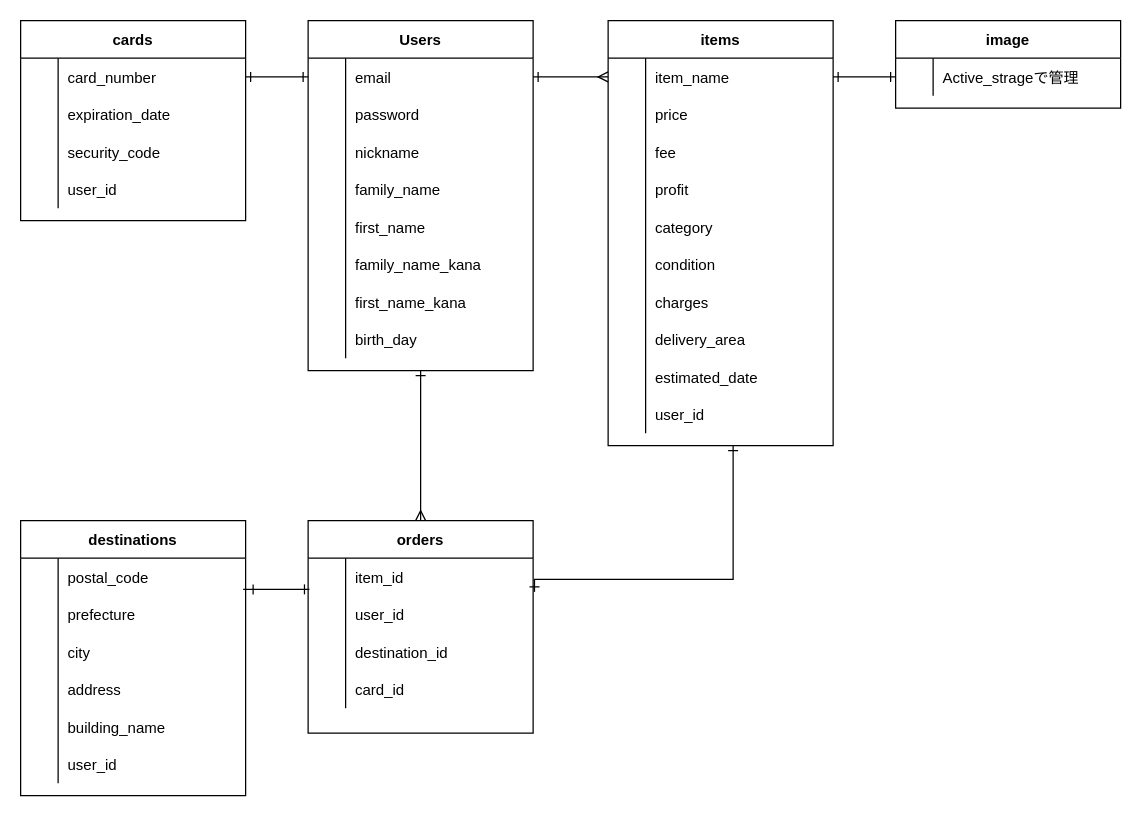
The draw.io diagram ER.dio in Hiromu-Sakamoto/furima-34500, before the edit. Source tidied: cells renumbered, new cells numbered last; positions are measured from the earlier drawing's top-left corner, leaving out a move shared by most shapes. Both pictures are drawn from the tidied source at 125%, with x=0, y=0 at pixel (20, 20).
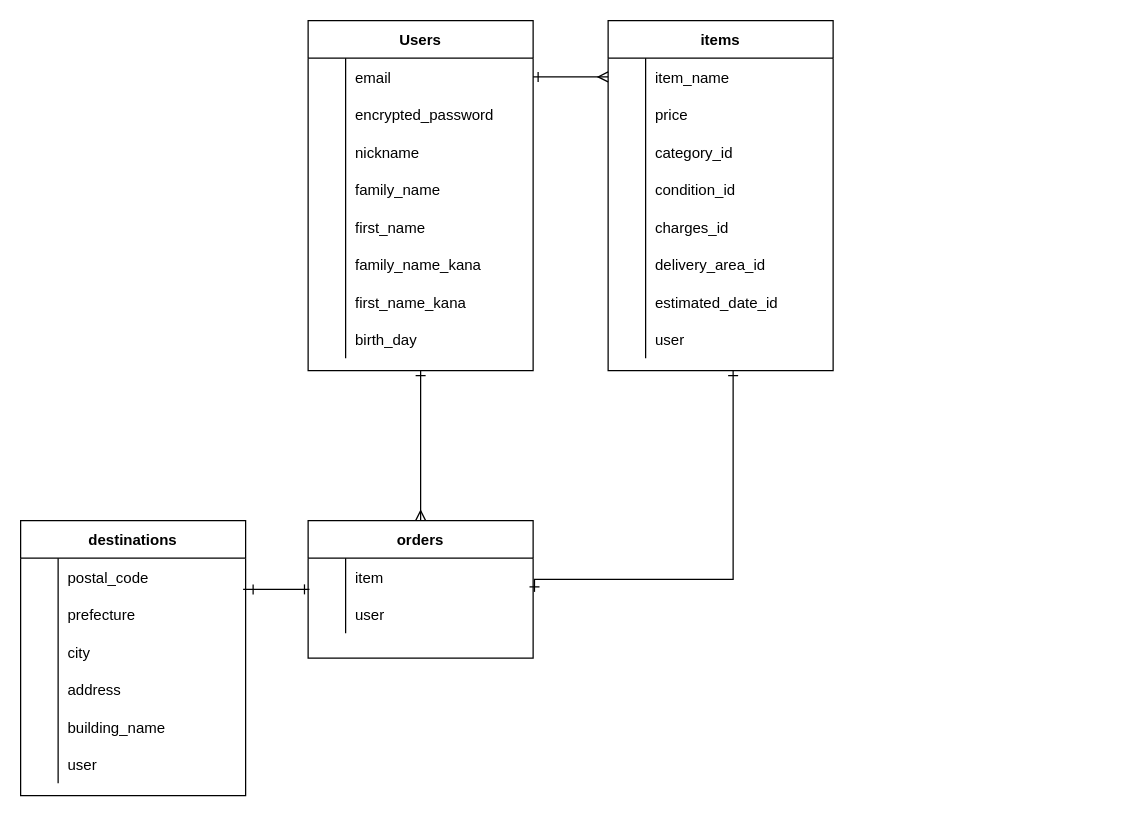
Above is the later version.

Commit message (it also covers changes not shown here):
データベース設計_修正2回目

Unchanged cells that the change refers to:
```xml
<mxCell id="4" style="shape=partialRectangle;fillColor=none;top=0;left=0;bottom=0;right=0;points=[[0,0.5],[1,0.5]];portConstraint=eastwest;" parent="3" vertex="1">
  <mxGeometry y="30" width="180" height="30" as="geometry" />
</mxCell>
<mxCell id="7" style="shape=partialRectangle;fillColor=none;top=0;left=0;bottom=0;right=0;" parent="3" vertex="1">
  <mxGeometry y="60" width="180" height="30" as="geometry" />
</mxCell>
<mxCell id="29" style="shape=partialRectangle;fillColor=none;top=0;left=0;bottom=0;right=0;points=[[0,0.5],[1,0.5]];portConstraint=eastwest;" parent="28" vertex="1">
  <mxGeometry y="30" width="180" height="30" as="geometry" />
</mxCell>
<mxCell id="65" style="shape=partialRectangle;fillColor=none;top=0;left=0;bottom=0;right=0;points=[[0,0.5],[1,0.5]];portConstraint=eastwest;" parent="64" vertex="1">
  <mxGeometry y="30" width="180" height="30" as="geometry" />
</mxCell>
<mxCell id="68" style="shape=partialRectangle;fillColor=none;top=0;left=0;bottom=0;right=0;" parent="64" vertex="1">
  <mxGeometry y="60" width="180" height="30" as="geometry" />
</mxCell>
<mxCell id="93" style="shape=partialRectangle;fillColor=none;top=0;left=0;bottom=0;right=0;" parent="77" vertex="1">
  <mxGeometry y="180" width="180" height="30" as="geometry" />
</mxCell>
```

What changed in the source:
```diff
@@
-    <mxCell id="9" value="password" style="shape=partialRectangle;fillColor=none;top=0;left=0;bottom=0;right=0;align=left;spacingLeft=6;overflow=hidden;" parent="7" vertex="1">
+    <mxCell id="9" value="encrypted_password" style="shape=partialRectangle;fillColor=none;top=0;left=0;bottom=0;right=0;align=left;spacingLeft=6;overflow=hidden;" parent="7" vertex="1">
       <mxGeometry x="30" width="150" height="30" as="geometry" />
     </mxCell>
@@
     <mxCell id="28" value="items" style="shape=table;startSize=30;childLayout=tableLayout;rowLines=0;fontStyle=1;align=center;" parent="1" vertex="1">
-      <mxGeometry x="470" width="180" height="340" as="geometry" />
+      <mxGeometry x="470" width="180" height="280" as="geometry" />
     </mxCell>
@@
-    <mxCell id="35" style="shape=partialRectangle;fillColor=none;top=0;left=0;bottom=0;right=0;" parent="28" vertex="1">
-      <mxGeometry y="90" width="180" height="30" as="geometry" />
-    </mxCell>
-    <mxCell id="36" style="shape=partialRectangle;fillColor=none;top=0;left=0;bottom=0;right=0;overflow=hidden;" parent="35" vertex="1">
-      <mxGeometry width="30" height="30" as="geometry" />
-    </mxCell>
-    <mxCell id="37" value="fee" style="shape=partialRectangle;fillColor=none;top=0;left=0;bottom=0;right=0;align=left;spacingLeft=6;overflow=hidden;" parent="35" vertex="1">
-      <mxGeometry x="30" width="150" height="30" as="geometry" />
-    </mxCell>
-    <mxCell id="38" style="shape=partialRectangle;fillColor=none;top=0;left=0;bottom=0;right=0;" parent="28" vertex="1">
-      <mxGeometry y="120" width="180" height="30" as="geometry" />
-    </mxCell>
-    <mxCell id="39" style="shape=partialRectangle;fillColor=none;top=0;left=0;bottom=0;right=0;overflow=hidden;" parent="38" vertex="1">
-      <mxGeometry width="30" height="30" as="geometry" />
-    </mxCell>
-    <mxCell id="40" value="profit" style="shape=partialRectangle;fillColor=none;top=0;left=0;bottom=0;right=0;align=left;spacingLeft=6;overflow=hidden;" parent="38" vertex="1">
-      <mxGeometry x="30" width="150" height="30" as="geometry" />
-    </mxCell>
     <mxCell id="41" style="shape=partialRectangle;fillColor=none;top=0;left=0;bottom=0;right=0;" parent="28" vertex="1">
-      <mxGeometry y="150" width="180" height="30" as="geometry" />
+      <mxGeometry y="90" width="180" height="30" as="geometry" />
     </mxCell>
@@
-    <mxCell id="43" value="category" style="shape=partialRectangle;fillColor=none;top=0;left=0;bottom=0;right=0;align=left;spacingLeft=6;overflow=hidden;" parent="41" vertex="1">
+    <mxCell id="43" value="category_id" style="shape=partialRectangle;fillColor=none;top=0;left=0;bottom=0;right=0;align=left;spacingLeft=6;overflow=hidden;" parent="41" vertex="1">
       <mxGeometry x="30" width="150" height="30" as="geometry" />
     </mxCell>
     <mxCell id="44" style="shape=partialRectangle;fillColor=none;top=0;left=0;bottom=0;right=0;" parent="28" vertex="1">
-      <mxGeometry y="180" width="180" height="30" as="geometry" />
+      <mxGeometry y="120" width="180" height="30" as="geometry" />
     </mxCell>
@@
-    <mxCell id="46" value="condition" style="shape=partialRectangle;fillColor=none;top=0;left=0;bottom=0;right=0;align=left;spacingLeft=6;overflow=hidden;" parent="44" vertex="1">
+    <mxCell id="46" value="condition_id" style="shape=partialRectangle;fillColor=none;top=0;left=0;bottom=0;right=0;align=left;spacingLeft=6;overflow=hidden;" parent="44" vertex="1">
       <mxGeometry x="30" width="150" height="30" as="geometry" />
     </mxCell>
     <mxCell id="47" style="shape=partialRectangle;fillColor=none;top=0;left=0;bottom=0;right=0;" parent="28" vertex="1">
-      <mxGeometry y="210" width="180" height="30" as="geometry" />
+      <mxGeometry y="150" width="180" height="30" as="geometry" />
     </mxCell>
@@
-    <mxCell id="49" value="charges" style="shape=partialRectangle;fillColor=none;top=0;left=0;bottom=0;right=0;align=left;spacingLeft=6;overflow=hidden;" parent="47" vertex="1">
+    <mxCell id="49" value="charges_id" style="shape=partialRectangle;fillColor=none;top=0;left=0;bottom=0;right=0;align=left;spacingLeft=6;overflow=hidden;" parent="47" vertex="1">
       <mxGeometry x="30" width="150" height="30" as="geometry" />
     </mxCell>
     <mxCell id="50" style="shape=partialRectangle;fillColor=none;top=0;left=0;bottom=0;right=0;" parent="28" vertex="1">
-      <mxGeometry y="240" width="180" height="30" as="geometry" />
+      <mxGeometry y="180" width="180" height="30" as="geometry" />
     </mxCell>
@@
-    <mxCell id="52" value="delivery_area" style="shape=partialRectangle;fillColor=none;top=0;left=0;bottom=0;right=0;align=left;spacingLeft=6;overflow=hidden;" parent="50" vertex="1">
+    <mxCell id="52" value="delivery_area_id" style="shape=partialRectangle;fillColor=none;top=0;left=0;bottom=0;right=0;align=left;spacingLeft=6;overflow=hidden;" parent="50" vertex="1">
       <mxGeometry x="30" width="150" height="30" as="geometry" />
     </mxCell>
     <mxCell id="53" style="shape=partialRectangle;fillColor=none;top=0;left=0;bottom=0;right=0;" parent="28" vertex="1">
-      <mxGeometry y="270" width="180" height="30" as="geometry" />
+      <mxGeometry y="210" width="180" height="30" as="geometry" />
     </mxCell>
@@
-    <mxCell id="55" value="estimated_date" style="shape=partialRectangle;fillColor=none;top=0;left=0;bottom=0;right=0;align=left;spacingLeft=6;overflow=hidden;" parent="53" vertex="1">
+    <mxCell id="55" value="estimated_date_id" style="shape=partialRectangle;fillColor=none;top=0;left=0;bottom=0;right=0;align=left;spacingLeft=6;overflow=hidden;" parent="53" vertex="1">
       <mxGeometry x="30" width="150" height="30" as="geometry" />
     </mxCell>
     <mxCell id="56" style="shape=partialRectangle;fillColor=none;top=0;left=0;bottom=0;right=0;" parent="28" vertex="1">
-      <mxGeometry y="300" width="180" height="30" as="geometry" />
+      <mxGeometry y="240" width="180" height="30" as="geometry" />
     </mxCell>
@@
-    <mxCell id="58" value="user_id" style="shape=partialRectangle;fillColor=none;top=0;left=0;bottom=0;right=0;align=left;spacingLeft=6;overflow=hidden;" parent="56" vertex="1">
+    <mxCell id="58" value="user" style="shape=partialRectangle;fillColor=none;top=0;left=0;bottom=0;right=0;align=left;spacingLeft=6;overflow=hidden;" parent="56" vertex="1">
       <mxGeometry x="30" width="150" height="30" as="geometry" />
     </mxCell>
-    <mxCell id="59" value="image" style="shape=table;startSize=30;childLayout=tableLayout;rowLines=0;fontStyle=1;align=center;" parent="1" vertex="1">
-      <mxGeometry x="700" width="180" height="70" as="geometry" />
-    </mxCell>
-    <mxCell id="60" style="shape=partialRectangle;fillColor=none;top=0;left=0;bottom=0;right=0;points=[[0,0.5],[1,0.5]];portConstraint=eastwest;" parent="59" vertex="1">
-      <mxGeometry y="30" width="180" height="30" as="geometry" />
-    </mxCell>
-    <mxCell id="61" style="shape=partialRectangle;fillColor=none;top=0;left=0;bottom=0;right=0;overflow=hidden;" parent="60" vertex="1">
-      <mxGeometry width="30" height="30" as="geometry" />
-    </mxCell>
-    <mxCell id="62" value="Active_strageで管理" style="shape=partialRectangle;fillColor=none;top=0;left=0;bottom=0;right=0;align=left;spacingLeft=6;overflow=hidden;" parent="60" vertex="1">
-      <mxGeometry x="30" width="150" height="30" as="geometry" />
-    </mxCell>
-    <mxCell id="63" style="edgeStyle=entityRelationEdgeStyle;fontSize=12;html=1;endArrow=ERone;startArrow=ERone;entryX=0;entryY=0.5;entryDx=0;entryDy=0;exitX=1;exitY=0.5;exitDx=0;exitDy=0;startFill=0;endFill=0;" parent="1" edge="1" source="29" target="60">
-      <mxGeometry relative="1" as="geometry" />
-    </mxCell>
     <mxCell id="64" value="orders" style="shape=table;startSize=30;childLayout=tableLayout;rowLines=0;fontStyle=1;align=center;" parent="1" vertex="1">
-      <mxGeometry x="230" y="400" width="180" height="170" as="geometry" />
+      <mxGeometry x="230" y="400" width="180" height="110" as="geometry" />
     </mxCell>
@@
-    <mxCell id="67" value="item_id" style="shape=partialRectangle;fillColor=none;top=0;left=0;bottom=0;right=0;align=left;spacingLeft=6;overflow=hidden;" parent="65" vertex="1">
+    <mxCell id="67" value="item" style="shape=partialRectangle;fillColor=none;top=0;left=0;bottom=0;right=0;align=left;spacingLeft=6;overflow=hidden;" parent="65" vertex="1">
       <mxGeometry x="30" width="150" height="30" as="geometry" />
     </mxCell>
@@
-    <mxCell id="70" value="user_id" style="shape=partialRectangle;fillColor=none;top=0;left=0;bottom=0;right=0;align=left;spacingLeft=6;overflow=hidden;" parent="68" vertex="1">
+    <mxCell id="70" value="user" style="shape=partialRectangle;fillColor=none;top=0;left=0;bottom=0;right=0;align=left;spacingLeft=6;overflow=hidden;" parent="68" vertex="1">
       <mxGeometry x="30" width="150" height="30" as="geometry" />
     </mxCell>
-    <mxCell id="71" style="shape=partialRectangle;fillColor=none;top=0;left=0;bottom=0;right=0;" parent="64" vertex="1">
-      <mxGeometry y="90" width="180" height="30" as="geometry" />
-    </mxCell>
-    <mxCell id="72" style="shape=partialRectangle;fillColor=none;top=0;left=0;bottom=0;right=0;overflow=hidden;" parent="71" vertex="1">
-      <mxGeometry width="30" height="30" as="geometry" />
-    </mxCell>
-    <mxCell id="73" value="destination_id" style="shape=partialRectangle;fillColor=none;top=0;left=0;bottom=0;right=0;align=left;spacingLeft=6;overflow=hidden;" parent="71" vertex="1">
-      <mxGeometry x="30" width="150" height="30" as="geometry" />
-    </mxCell>
-    <mxCell id="74" style="shape=partialRectangle;fillColor=none;top=0;left=0;bottom=0;right=0;" parent="64" vertex="1">
-      <mxGeometry y="120" width="180" height="30" as="geometry" />
-    </mxCell>
-    <mxCell id="75" style="shape=partialRectangle;fillColor=none;top=0;left=0;bottom=0;right=0;overflow=hidden;" parent="74" vertex="1">
-      <mxGeometry width="30" height="30" as="geometry" />
-    </mxCell>
-    <mxCell id="76" value="card_id" style="shape=partialRectangle;fillColor=none;top=0;left=0;bottom=0;right=0;align=left;spacingLeft=6;overflow=hidden;" parent="74" vertex="1">
-      <mxGeometry x="30" width="150" height="30" as="geometry" />
-    </mxCell>
@@
-    <mxCell id="95" value="user_id" style="shape=partialRectangle;fillColor=none;top=0;left=0;bottom=0;right=0;align=left;spacingLeft=6;overflow=hidden;" parent="93" vertex="1">
+    <mxCell id="95" value="user" style="shape=partialRectangle;fillColor=none;top=0;left=0;bottom=0;right=0;align=left;spacingLeft=6;overflow=hidden;" parent="93" vertex="1">
       <mxGeometry x="30" width="150" height="30" as="geometry" />
     </mxCell>
-    <mxCell id="96" value="cards" style="shape=table;startSize=30;childLayout=tableLayout;rowLines=0;fontStyle=1;align=center;" parent="1" vertex="1">
-      <mxGeometry width="180" height="160" as="geometry" />
-    </mxCell>
-    <mxCell id="97" style="shape=partialRectangle;fillColor=none;top=0;left=0;bottom=0;right=0;points=[[0,0.5],[1,0.5]];portConstraint=eastwest;" parent="96" vertex="1">
-      <mxGeometry y="30" width="180" height="30" as="geometry" />
-    </mxCell>
-    <mxCell id="98" style="shape=partialRectangle;fillColor=none;top=0;left=0;bottom=0;right=0;overflow=hidden;" parent="97" vertex="1">
-      <mxGeometry width="30" height="30" as="geometry" />
-    </mxCell>
-    <mxCell id="99" value="card_number" style="shape=partialRectangle;fillColor=none;top=0;left=0;bottom=0;right=0;align=left;spacingLeft=6;overflow=hidden;" parent="97" vertex="1">
-      <mxGeometry x="30" width="150" height="30" as="geometry" />
-    </mxCell>
-    <mxCell id="100" style="shape=partialRectangle;fillColor=none;top=0;left=0;bottom=0;right=0;" parent="96" vertex="1">
-      <mxGeometry y="60" width="180" height="30" as="geometry" />
-    </mxCell>
-    <mxCell id="101" style="shape=partialRectangle;fillColor=none;top=0;left=0;bottom=0;right=0;overflow=hidden;" parent="100" vertex="1">
-      <mxGeometry width="30" height="30" as="geometry" />
-    </mxCell>
-    <mxCell id="102" value="expiration_date" style="shape=partialRectangle;fillColor=none;top=0;left=0;bottom=0;right=0;align=left;spacingLeft=6;overflow=hidden;" parent="100" vertex="1">
-      <mxGeometry x="30" width="150" height="30" as="geometry" />
-    </mxCell>
-    <mxCell id="103" style="shape=partialRectangle;fillColor=none;top=0;left=0;bottom=0;right=0;" parent="96" vertex="1">
-      <mxGeometry y="90" width="180" height="30" as="geometry" />
-    </mxCell>
-    <mxCell id="104" style="shape=partialRectangle;fillColor=none;top=0;left=0;bottom=0;right=0;overflow=hidden;" parent="103" vertex="1">
-      <mxGeometry width="30" height="30" as="geometry" />
-    </mxCell>
-    <mxCell id="105" value="security_code" style="shape=partialRectangle;fillColor=none;top=0;left=0;bottom=0;right=0;align=left;spacingLeft=6;overflow=hidden;" parent="103" vertex="1">
-      <mxGeometry x="30" width="150" height="30" as="geometry" />
-    </mxCell>
-    <mxCell id="106" style="shape=partialRectangle;fillColor=none;top=0;left=0;bottom=0;right=0;" parent="96" vertex="1">
-      <mxGeometry y="120" width="180" height="30" as="geometry" />
-    </mxCell>
-    <mxCell id="107" style="shape=partialRectangle;fillColor=none;top=0;left=0;bottom=0;right=0;overflow=hidden;" parent="106" vertex="1">
-      <mxGeometry width="30" height="30" as="geometry" />
-    </mxCell>
-    <mxCell id="108" value="user_id" style="shape=partialRectangle;fillColor=none;top=0;left=0;bottom=0;right=0;align=left;spacingLeft=6;overflow=hidden;" parent="106" vertex="1">
-      <mxGeometry x="30" width="150" height="30" as="geometry" />
-    </mxCell>
     <mxCell id="109" style="edgeStyle=orthogonalEdgeStyle;rounded=0;jettySize=auto;html=1;exitX=1.006;exitY=0.9;exitDx=0;exitDy=0;startArrow=ERone;startFill=0;endArrow=ERone;endFill=0;exitPerimeter=0;" parent="1" edge="1" source="65">
       <mxGeometry relative="1" as="geometry">
-        <mxPoint x="570" y="340" as="targetPoint" />
+        <mxPoint x="570" y="280" as="targetPoint" />
         <Array as="points">
           <mxPoint x="570" y="447" />
         </Array>
       </mxGeometry>
     </mxCell>
@@
-    <mxCell id="111" style="edgeStyle=orthogonalEdgeStyle;rounded=0;jettySize=auto;html=1;exitX=1;exitY=0.5;exitDx=0;exitDy=0;entryX=0;entryY=0.5;entryDx=0;entryDy=0;startArrow=ERone;startFill=0;endArrow=ERone;endFill=0;" parent="1" edge="1" source="97" target="4">
-      <mxGeometry relative="1" as="geometry" />
-    </mxCell>
```
